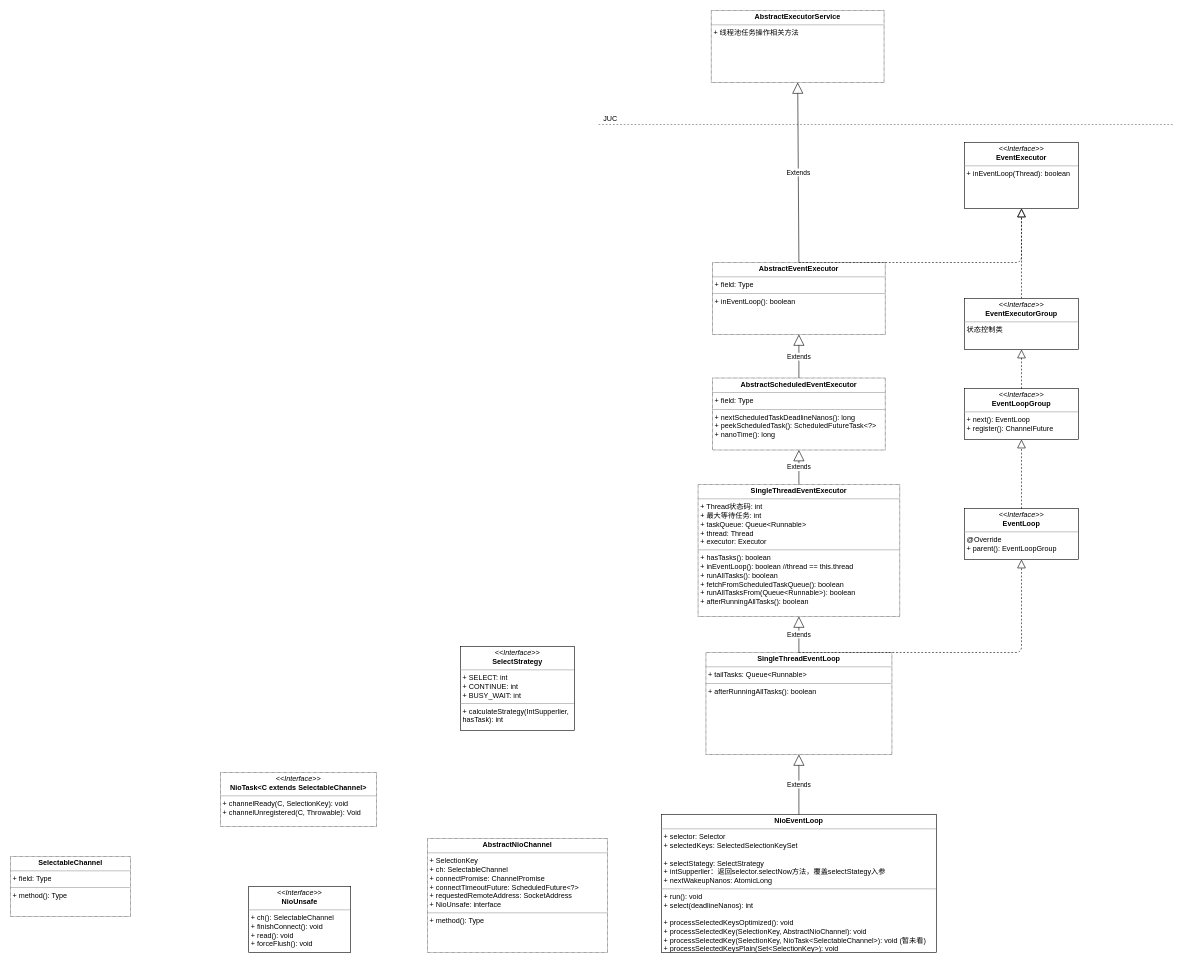
Earlier version of the draw.io diagram page "NioEventLoop" (1 of 2) of netty.drawio (Echidnaaa/draw). Source tidied: cells renumbered, new cells numbered last; positions are measured from the earlier drawing's top-left corner, leaving out a move shared by most shapes. Both pictures are drawn from the tidied source at 60%, with x=0, y=0 at pixel (10, 10).
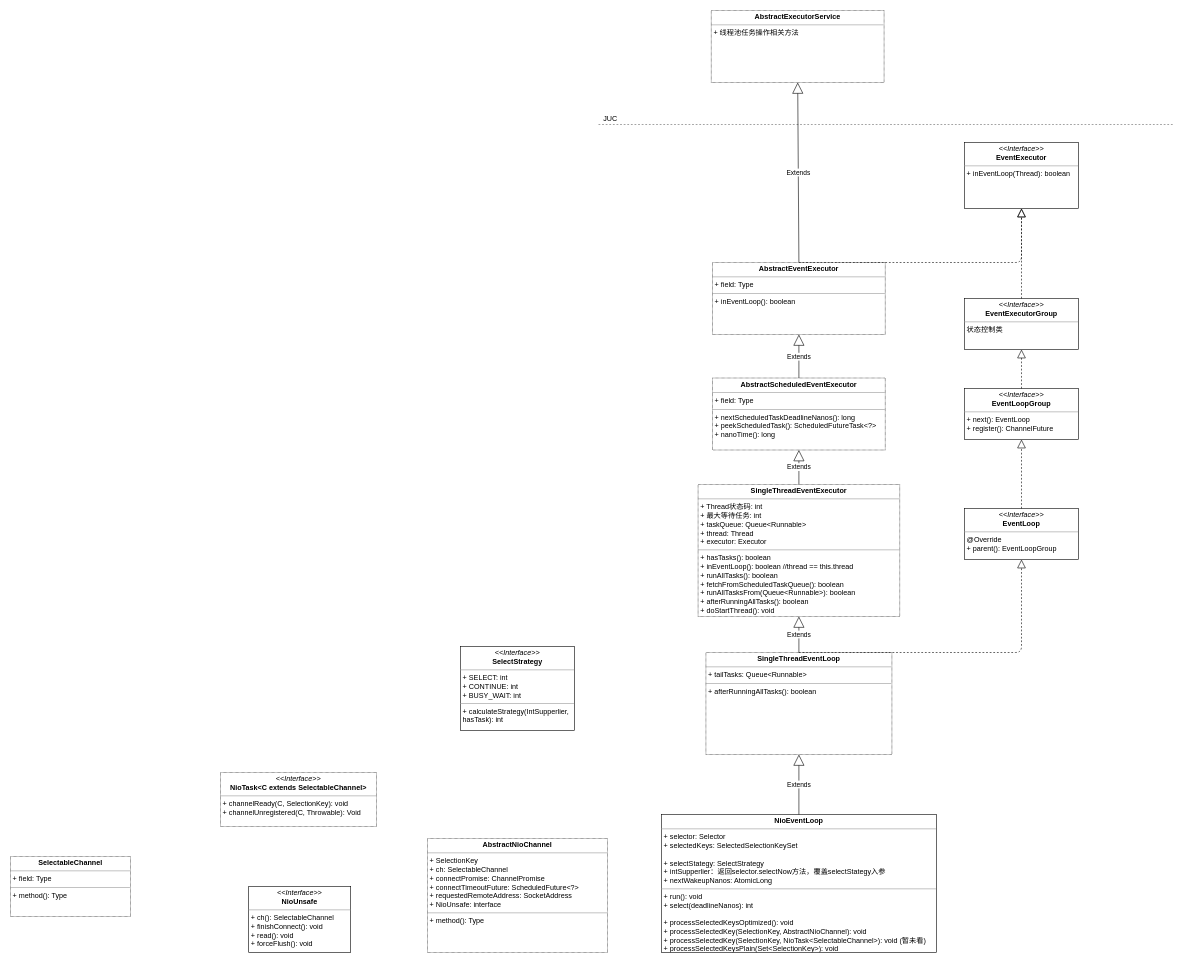
After the change.

What changed in the source:
```diff
@@
-    <mxCell id="2" value="&lt;p style=&quot;margin: 0px ; margin-top: 4px ; text-align: center&quot;&gt;&lt;b&gt;SingleThreadEventExecutor&lt;/b&gt;&lt;/p&gt;&lt;hr size=&quot;1&quot;&gt;&lt;p style=&quot;margin: 0px ; margin-left: 4px&quot;&gt;+ Thread状态码: int&lt;/p&gt;&lt;p style=&quot;margin: 0px ; margin-left: 4px&quot;&gt;+ 最大等待任务: int&lt;/p&gt;&lt;p style=&quot;margin: 0px ; margin-left: 4px&quot;&gt;+ taskQueue: Queue&amp;lt;Runnable&amp;gt;&lt;/p&gt;&lt;p style=&quot;margin: 0px ; margin-left: 4px&quot;&gt;+ thread: Thread&lt;/p&gt;&lt;p style=&quot;margin: 0px ; margin-left: 4px&quot;&gt;+ executor: Executor&lt;/p&gt;&lt;hr size=&quot;1&quot;&gt;&lt;p style=&quot;margin: 0px ; margin-left: 4px&quot;&gt;+ hasTasks(): boolean&lt;/p&gt;&lt;p style=&quot;margin: 0px ; margin-left: 4px&quot;&gt;+ inEventLoop(): boolean //thread == this.thread&lt;/p&gt;&lt;p style=&quot;margin: 0px ; margin-left: 4px&quot;&gt;+ runAllTasks(): boolean&lt;/p&gt;&lt;p style=&quot;margin: 0px ; margin-left: 4px&quot;&gt;+ fetchFromScheduledTaskQueue(): boolean&lt;/p&gt;&lt;p style=&quot;margin: 0px ; margin-left: 4px&quot;&gt;+ runAllTasksFrom(Queue&amp;lt;Runnable&amp;gt;): boolean&lt;/p&gt;&lt;p style=&quot;margin: 0px ; margin-left: 4px&quot;&gt;+ afterRunningAllTasks(): boolean&lt;/p&gt;" style="verticalAlign=top;align=left;overflow=fill;fontSize=12;fontFamily=Helvetica;html=1;dashed=1;dashPattern=1 1;" parent="1" vertex="1">
+    <mxCell id="2" value="&lt;p style=&quot;margin: 0px ; margin-top: 4px ; text-align: center&quot;&gt;&lt;b&gt;SingleThreadEventExecutor&lt;/b&gt;&lt;/p&gt;&lt;hr size=&quot;1&quot;&gt;&lt;p style=&quot;margin: 0px ; margin-left: 4px&quot;&gt;+ Thread状态码: int&lt;/p&gt;&lt;p style=&quot;margin: 0px ; margin-left: 4px&quot;&gt;+ 最大等待任务: int&lt;/p&gt;&lt;p style=&quot;margin: 0px ; margin-left: 4px&quot;&gt;+ taskQueue: Queue&amp;lt;Runnable&amp;gt;&lt;/p&gt;&lt;p style=&quot;margin: 0px ; margin-left: 4px&quot;&gt;+ thread: Thread&lt;/p&gt;&lt;p style=&quot;margin: 0px ; margin-left: 4px&quot;&gt;+ executor: Executor&lt;/p&gt;&lt;hr size=&quot;1&quot;&gt;&lt;p style=&quot;margin: 0px ; margin-left: 4px&quot;&gt;+ hasTasks(): boolean&lt;/p&gt;&lt;p style=&quot;margin: 0px ; margin-left: 4px&quot;&gt;+ inEventLoop(): boolean //thread == this.thread&lt;/p&gt;&lt;p style=&quot;margin: 0px ; margin-left: 4px&quot;&gt;+ runAllTasks(): boolean&lt;/p&gt;&lt;p style=&quot;margin: 0px ; margin-left: 4px&quot;&gt;+ fetchFromScheduledTaskQueue(): boolean&lt;/p&gt;&lt;p style=&quot;margin: 0px ; margin-left: 4px&quot;&gt;+ runAllTasksFrom(Queue&amp;lt;Runnable&amp;gt;): boolean&lt;/p&gt;&lt;p style=&quot;margin: 0px ; margin-left: 4px&quot;&gt;+ afterRunningAllTasks(): boolean&lt;/p&gt;&lt;p style=&quot;margin: 0px ; margin-left: 4px&quot;&gt;+ doStartThread(): void&lt;/p&gt;" style="verticalAlign=top;align=left;overflow=fill;fontSize=12;fontFamily=Helvetica;html=1;dashed=1;dashPattern=1 1;" parent="1" vertex="1">
       <mxGeometry x="1146" y="790" width="336" height="220" as="geometry" />
     </mxCell>
```
